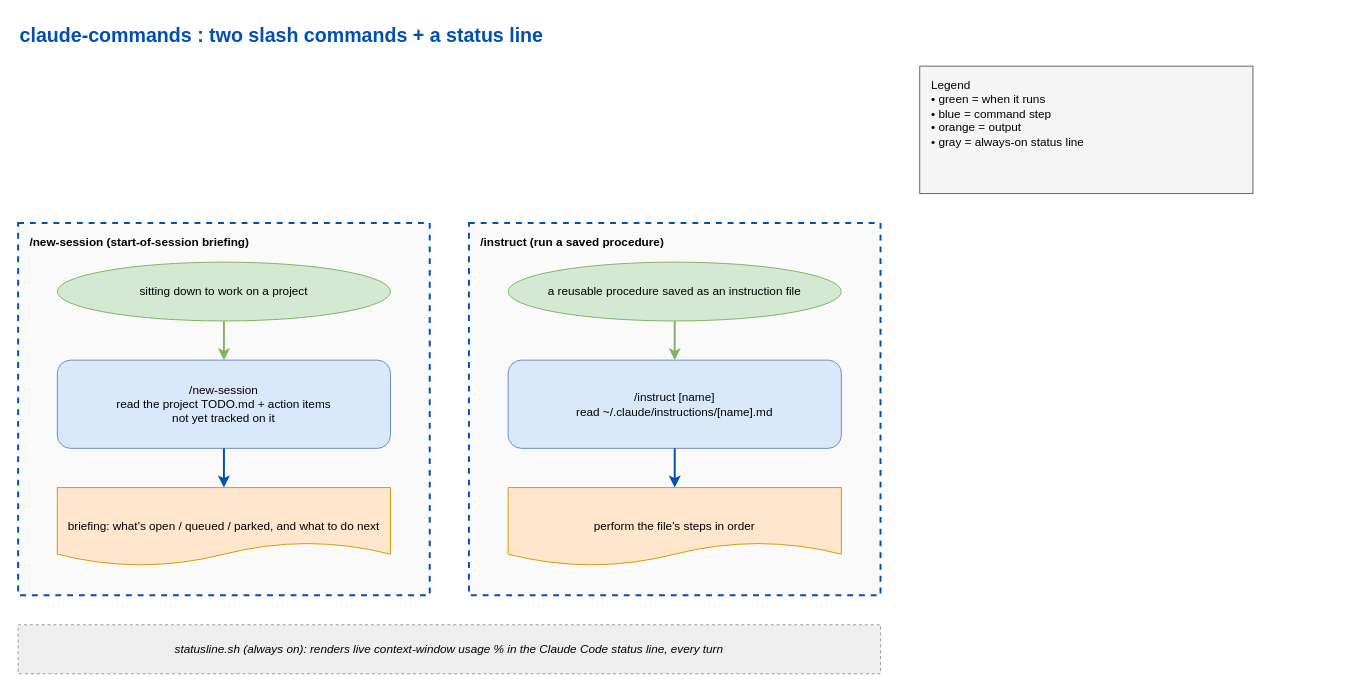
eranw2000/claude-commands keeps this draw.io diagram as docs/commands-flow.drawio. Above is the earlier version. Source tidied: cells renumbered, new cells numbered last; positions are measured from the earlier drawing's top-left corner, leaving out a move shared by most shapes. Both pictures are drawn from the tidied source at 98%, with x=0, y=0 at pixel (18, 17).
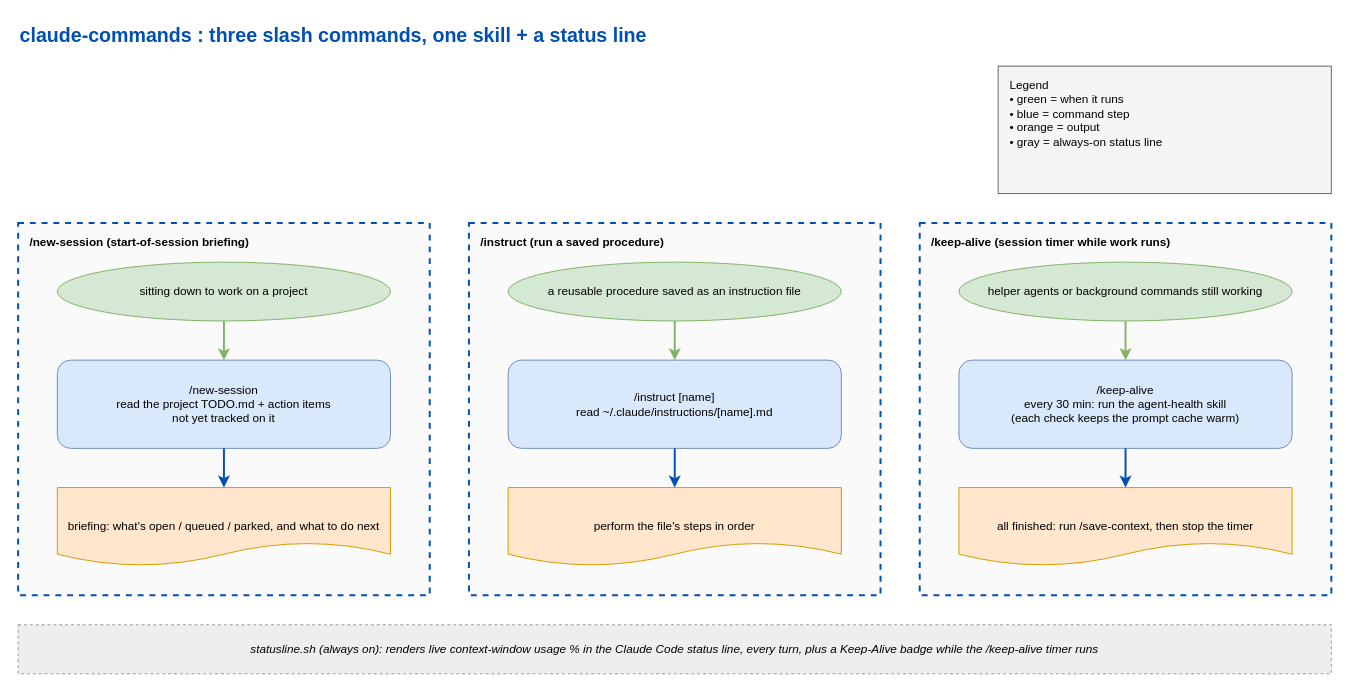
The same page after the edit.

Commit message (it also covers changes not shown here):
Add /keep-alive, the agent-health skill, and a Keep-Alive status line badge (#7)

Change to the diagram source:
```diff
@@
-    <mxCell id="2" value="claude-commands : two slash commands + a status line" style="text;html=1;fontSize=20;fontStyle=1;fontColor=#0050b3;align=left;verticalAlign=middle;" parent="1" vertex="1">
+    <mxCell id="2" value="claude-commands : three slash commands, one skill + a status line" style="text;html=1;fontSize=20;fontStyle=1;fontColor=#0050b3;align=left;verticalAlign=middle;" parent="1" vertex="1">
       <mxGeometry width="900" height="36" as="geometry" />
     </mxCell>
     <mxCell id="3" value="Legend&#10;• green = when it runs&#10;• blue = command step&#10;• orange = output&#10;• gray = always-on status line" style="rounded=0;fillColor=#f5f5f5;strokeColor=#666666;fontStyle=0;verticalAlign=top;align=left;spacingLeft=10;spacingTop=6;whiteSpace=wrap;html=1;fontFamily=Helvetica;" parent="1" vertex="1">
-      <mxGeometry x="920" y="50" width="340" height="130" as="geometry" />
+      <mxGeometry x="1000" y="50" width="340" height="130" as="geometry" />
     </mxCell>
@@
+    <mxCell id="17" value="/keep-alive  (session timer while work runs)" style="rounded=0;fillColor=#fafafa;strokeColor=#0050b3;fontStyle=1;verticalAlign=top;align=left;spacingLeft=10;spacingTop=6;dashed=1;strokeWidth=2;html=1;" parent="1" vertex="1">
+      <mxGeometry x="920" y="210" width="420" height="380" as="geometry" />
+    </mxCell>
+    <mxCell id="18" value="helper agents or background commands still working" style="ellipse;fillColor=#d5e8d4;strokeColor=#82b366;html=1;whiteSpace=wrap;" parent="1" vertex="1">
+      <mxGeometry x="960" y="250" width="340" height="60" as="geometry" />
+    </mxCell>
+    <mxCell id="19" value="/keep-alive&#10;every 30 min: run the agent-health skill&#10;(each check keeps the prompt cache warm)" style="rounded=1;fillColor=#dae8fc;strokeColor=#6c8ebf;html=1;whiteSpace=wrap;" parent="1" vertex="1">
+      <mxGeometry x="960" y="350" width="340" height="90" as="geometry" />
+    </mxCell>
+    <mxCell id="20" value="all finished: run /save-context, then stop the timer" style="shape=document;fillColor=#ffe6cc;strokeColor=#d79b00;html=1;whiteSpace=wrap;" parent="1" vertex="1">
+      <mxGeometry x="960" y="480" width="340" height="80" as="geometry" />
+    </mxCell>
-    <mxCell id="12" value="statusline.sh (always on): renders live context-window usage % in the Claude Code status line, every turn" style="rounded=0;fillColor=#eeeeee;strokeColor=#999999;html=1;whiteSpace=wrap;fontStyle=2;dashed=1;verticalAlign=middle;align=center;" parent="1" vertex="1">
-      <mxGeometry y="620" width="880" height="50" as="geometry" />
+    <mxCell id="12" value="statusline.sh (always on): renders live context-window usage % in the Claude Code status line, every turn, plus a Keep-Alive badge while the /keep-alive timer runs" style="rounded=0;fillColor=#eeeeee;strokeColor=#999999;html=1;whiteSpace=wrap;fontStyle=2;dashed=1;verticalAlign=middle;align=center;" parent="1" vertex="1">
+      <mxGeometry y="620" width="1340" height="50" as="geometry" />
     </mxCell>
@@
+    <mxCell id="21" style="edgeStyle=orthogonalEdgeStyle;rounded=0;endArrow=classic;strokeColor=#82b366;strokeWidth=2;html=1;" parent="1" edge="1" source="18" target="19">
+      <mxGeometry relative="1" as="geometry" />
+    </mxCell>
+    <mxCell id="22" style="edgeStyle=orthogonalEdgeStyle;rounded=0;endArrow=classic;strokeColor=#0050b3;strokeWidth=2;html=1;" parent="1" edge="1" source="19" target="20">
+      <mxGeometry relative="1" as="geometry" />
+    </mxCell>
```
